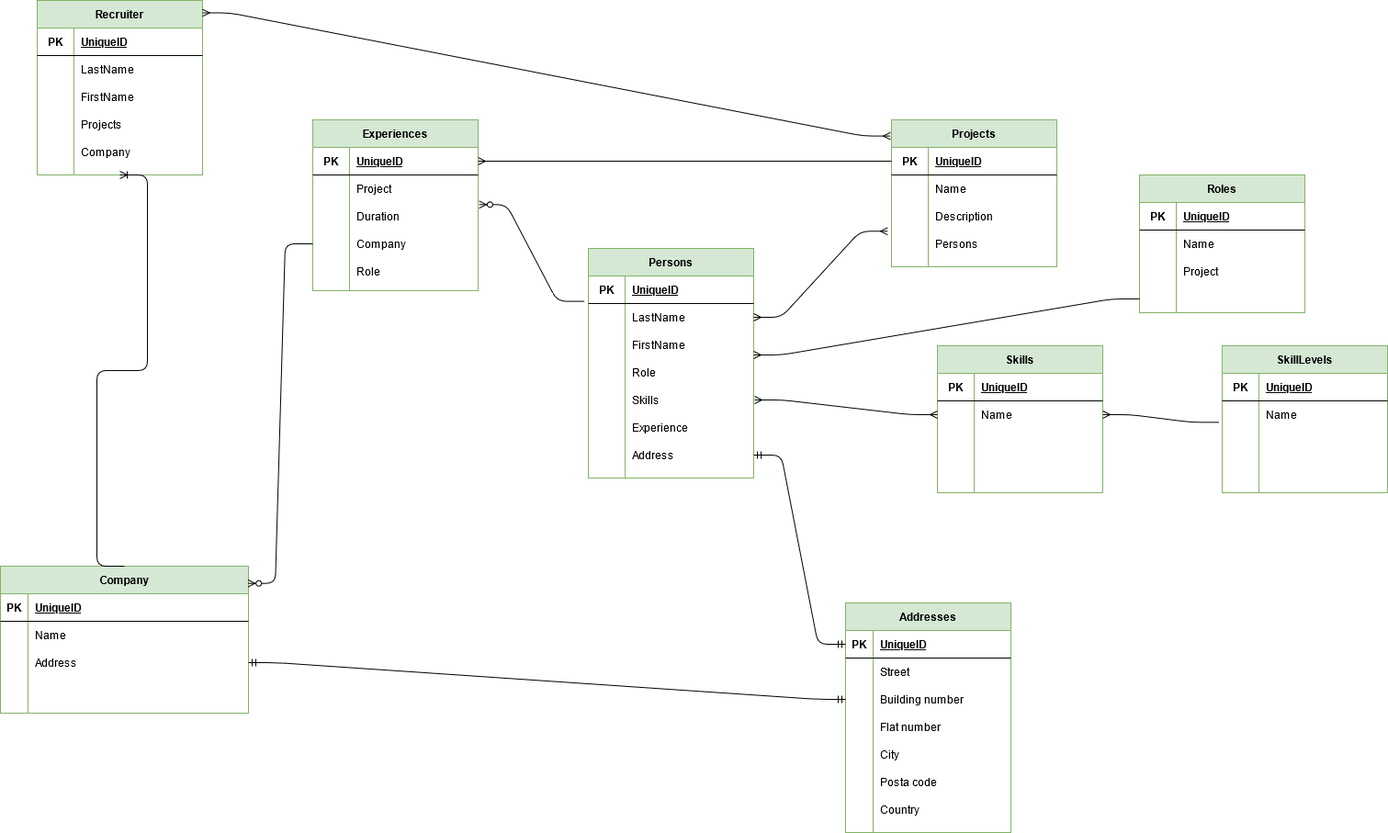
Earlier version of the draw.io export RecruitmentService - Diagram ERD.png (IT-Students-Web-Project/RecruitmentService). Source tidied: cells renumbered, new cells last; positions are measured from the earlier drawing's top-left corner, leaving out a move shared by most shapes.
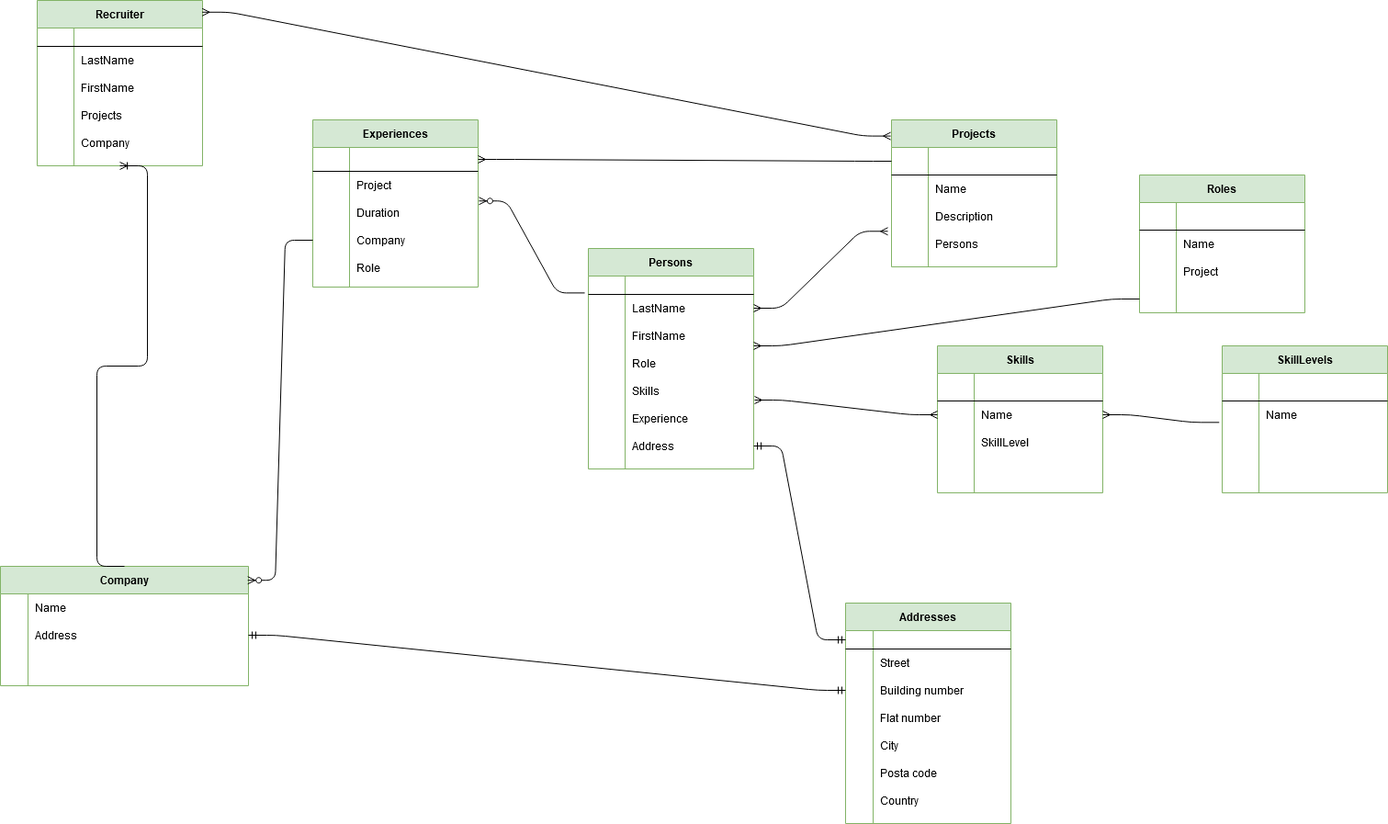
Above is the later version.

Commit message:
Poprawiony ERD

The edit, as a diff of the source:
```diff
@@ -5,15 +5,15 @@
     <mxCell id="2" value="Persons" style="shape=table;startSize=30;rowLines=0;fontStyle=1;align=center;fillColor=#d5e8d4;strokeColor=#82b366;" parent="1" vertex="1">
-      <mxGeometry x="640" y="270" width="180" height="250" as="geometry" />
+      <mxGeometry x="640" y="270" width="180" height="240" as="geometry" />
     </mxCell>
     <mxCell id="3" style="shape=partialRectangle;fillColor=none;top=0;left=0;bottom=1;right=0;points=[[0,0.5],[1,0.5]];portConstraint=eastwest;" parent="2" vertex="1">
-      <mxGeometry y="30" width="180" height="30" as="geometry" />
+      <mxGeometry y="30" width="180" height="20" as="geometry" />
     </mxCell>
-    <mxCell id="4" value="PK" style="shape=partialRectangle;fillColor=none;top=0;left=0;bottom=0;right=0;fontStyle=1;overflow=hidden;" parent="3" vertex="1">
-      <mxGeometry width="40" height="30" as="geometry" />
+    <mxCell id="4" style="shape=partialRectangle;fillColor=none;top=0;left=0;bottom=0;right=0;fontStyle=1;overflow=hidden;" parent="3" vertex="1">
+      <mxGeometry width="40" height="20" as="geometry" />
     </mxCell>
-    <mxCell id="5" value="UniqueID" style="shape=partialRectangle;fillColor=none;top=0;left=0;bottom=0;right=0;align=left;spacingLeft=6;fontStyle=5;overflow=hidden;" parent="3" vertex="1">
-      <mxGeometry x="40" width="140" height="30" as="geometry" />
+    <mxCell id="5" style="shape=partialRectangle;fillColor=none;top=0;left=0;bottom=0;right=0;align=left;spacingLeft=6;fontStyle=5;overflow=hidden;" parent="3" vertex="1">
+      <mxGeometry x="40" width="140" height="20" as="geometry" />
     </mxCell>
     <mxCell id="6" style="shape=partialRectangle;fillColor=none;top=0;left=0;bottom=0;right=0;points=[[0,0.5],[1,0.5]];portConstraint=eastwest;" parent="2" vertex="1">
-      <mxGeometry y="60" width="180" height="30" as="geometry" />
+      <mxGeometry y="50" width="180" height="30" as="geometry" />
     </mxCell>
@@ -26,3 +26,3 @@
     <mxCell id="9" style="shape=partialRectangle;fillColor=none;top=0;left=0;bottom=0;right=0;points=[[0,0.5],[1,0.5]];portConstraint=eastwest;" parent="2" vertex="1">
-      <mxGeometry y="90" width="180" height="30" as="geometry" />
+      <mxGeometry y="80" width="180" height="30" as="geometry" />
     </mxCell>
@@ -35,3 +35,3 @@
     <mxCell id="12" style="shape=partialRectangle;fillColor=none;top=0;left=0;bottom=0;right=0;" parent="2" vertex="1">
-      <mxGeometry y="120" width="180" height="30" as="geometry" />
+      <mxGeometry y="110" width="180" height="30" as="geometry" />
     </mxCell>
@@ -44,3 +44,3 @@
     <mxCell id="15" style="shape=partialRectangle;fillColor=none;top=0;left=0;bottom=0;right=0;" parent="2" vertex="1">
-      <mxGeometry y="150" width="180" height="30" as="geometry" />
+      <mxGeometry y="140" width="180" height="30" as="geometry" />
     </mxCell>
@@ -53,3 +53,3 @@
     <mxCell id="18" style="shape=partialRectangle;fillColor=none;top=0;left=0;bottom=0;right=0;" parent="2" vertex="1">
-      <mxGeometry y="180" width="180" height="30" as="geometry" />
+      <mxGeometry y="170" width="180" height="30" as="geometry" />
     </mxCell>
@@ -62,3 +62,3 @@
     <mxCell id="21" style="shape=partialRectangle;fillColor=none;top=0;left=0;bottom=0;right=0;points=[[0,0.5],[1,0.5]];portConstraint=eastwest;" parent="2" vertex="1">
-      <mxGeometry y="210" width="180" height="30" as="geometry" />
+      <mxGeometry y="200" width="180" height="30" as="geometry" />
     </mxCell>
@@ -76,6 +76,6 @@
     </mxCell>
-    <mxCell id="26" value="PK" style="shape=partialRectangle;fillColor=none;top=0;left=0;bottom=0;right=0;fontStyle=1;overflow=hidden;" parent="25" vertex="1">
+    <mxCell id="26" style="shape=partialRectangle;fillColor=none;top=0;left=0;bottom=0;right=0;fontStyle=1;overflow=hidden;" parent="25" vertex="1">
       <mxGeometry width="40" height="30" as="geometry" />
     </mxCell>
-    <mxCell id="27" value="UniqueID" style="shape=partialRectangle;fillColor=none;top=0;left=0;bottom=0;right=0;align=left;spacingLeft=6;fontStyle=5;overflow=hidden;" parent="25" vertex="1">
+    <mxCell id="27" style="shape=partialRectangle;fillColor=none;top=0;left=0;bottom=0;right=0;align=left;spacingLeft=6;fontStyle=5;overflow=hidden;" parent="25" vertex="1">
       <mxGeometry x="40" width="140" height="30" as="geometry" />
@@ -97,3 +97,3 @@
     </mxCell>
-    <mxCell id="33" style="shape=partialRectangle;fillColor=none;top=0;left=0;bottom=0;right=0;align=left;spacingLeft=6;overflow=hidden;" parent="31" vertex="1">
+    <mxCell id="33" value="SkillLevel" style="shape=partialRectangle;fillColor=none;top=0;left=0;bottom=0;right=0;align=left;spacingLeft=6;overflow=hidden;" parent="31" vertex="1">
       <mxGeometry x="40" width="140" height="30" as="geometry" />
@@ -115,6 +115,6 @@
     </mxCell>
-    <mxCell id="39" value="PK" style="shape=partialRectangle;fillColor=none;top=0;left=0;bottom=0;right=0;fontStyle=1;overflow=hidden;" parent="38" vertex="1">
+    <mxCell id="39" style="shape=partialRectangle;fillColor=none;top=0;left=0;bottom=0;right=0;fontStyle=1;overflow=hidden;" parent="38" vertex="1">
       <mxGeometry width="40" height="30" as="geometry" />
     </mxCell>
-    <mxCell id="40" value="UniqueID" style="shape=partialRectangle;fillColor=none;top=0;left=0;bottom=0;right=0;align=left;spacingLeft=6;fontStyle=5;overflow=hidden;" parent="38" vertex="1">
+    <mxCell id="40" style="shape=partialRectangle;fillColor=none;top=0;left=0;bottom=0;right=0;align=left;spacingLeft=6;fontStyle=5;overflow=hidden;" parent="38" vertex="1">
       <mxGeometry x="40" width="140" height="30" as="geometry" />
@@ -154,6 +154,6 @@
     </mxCell>
-    <mxCell id="52" value="PK" style="shape=partialRectangle;fillColor=none;top=0;left=0;bottom=0;right=0;fontStyle=1;overflow=hidden;" parent="51" vertex="1">
+    <mxCell id="52" style="shape=partialRectangle;fillColor=none;top=0;left=0;bottom=0;right=0;fontStyle=1;overflow=hidden;" parent="51" vertex="1">
       <mxGeometry width="40" height="30" as="geometry" />
     </mxCell>
-    <mxCell id="53" value="UniqueID" style="shape=partialRectangle;fillColor=none;top=0;left=0;bottom=0;right=0;align=left;spacingLeft=6;fontStyle=5;overflow=hidden;" parent="51" vertex="1">
+    <mxCell id="53" style="shape=partialRectangle;fillColor=none;top=0;left=0;bottom=0;right=0;align=left;spacingLeft=6;fontStyle=5;overflow=hidden;" parent="51" vertex="1">
       <mxGeometry x="40" width="140" height="30" as="geometry" />
@@ -188,15 +188,15 @@
     <mxCell id="63" value="Experiences" style="shape=table;startSize=30;rowLines=0;fontStyle=1;align=center;fillColor=#d5e8d4;strokeColor=#82b366;" parent="1" vertex="1">
-      <mxGeometry x="340" y="130" width="180" height="186" as="geometry" />
+      <mxGeometry x="340" y="130" width="180" height="182" as="geometry" />
     </mxCell>
     <mxCell id="64" style="shape=partialRectangle;fillColor=none;top=0;left=0;bottom=1;right=0;points=[[0,0.5],[1,0.5]];portConstraint=eastwest;" parent="63" vertex="1">
-      <mxGeometry y="30" width="180" height="30" as="geometry" />
+      <mxGeometry y="30" width="180" height="26" as="geometry" />
     </mxCell>
-    <mxCell id="65" value="PK" style="shape=partialRectangle;fillColor=none;top=0;left=0;bottom=0;right=0;fontStyle=1;overflow=hidden;" parent="64" vertex="1">
-      <mxGeometry width="40" height="30" as="geometry" />
+    <mxCell id="65" style="shape=partialRectangle;fillColor=none;top=0;left=0;bottom=0;right=0;fontStyle=1;overflow=hidden;" parent="64" vertex="1">
+      <mxGeometry width="40" height="26" as="geometry" />
     </mxCell>
-    <mxCell id="66" value="UniqueID" style="shape=partialRectangle;fillColor=none;top=0;left=0;bottom=0;right=0;align=left;spacingLeft=6;fontStyle=5;overflow=hidden;" parent="64" vertex="1">
-      <mxGeometry x="40" width="140" height="30" as="geometry" />
+    <mxCell id="66" style="shape=partialRectangle;fillColor=none;top=0;left=0;bottom=0;right=0;align=left;spacingLeft=6;fontStyle=5;overflow=hidden;" parent="64" vertex="1">
+      <mxGeometry x="40" width="140" height="26" as="geometry" />
     </mxCell>
     <mxCell id="67" style="shape=partialRectangle;fillColor=none;top=0;left=0;bottom=0;right=0;points=[[0,0.5],[1,0.5]];portConstraint=eastwest;" parent="63" vertex="1">
-      <mxGeometry y="60" width="180" height="30" as="geometry" />
+      <mxGeometry y="56" width="180" height="30" as="geometry" />
     </mxCell>
@@ -209,3 +209,3 @@
     <mxCell id="70" style="shape=partialRectangle;fillColor=none;top=0;left=0;bottom=0;right=0;" parent="63" vertex="1">
-      <mxGeometry y="90" width="180" height="30" as="geometry" />
+      <mxGeometry y="86" width="180" height="30" as="geometry" />
     </mxCell>
@@ -218,3 +218,3 @@
     <mxCell id="73" style="shape=partialRectangle;fillColor=none;top=0;left=0;bottom=0;right=0;points=[[0,0.5],[1,0.5]];portConstraint=eastwest;" parent="63" vertex="1">
-      <mxGeometry y="120" width="180" height="30" as="geometry" />
+      <mxGeometry y="116" width="180" height="30" as="geometry" />
     </mxCell>
@@ -227,3 +227,3 @@
     <mxCell id="76" style="shape=partialRectangle;fillColor=none;top=0;left=0;bottom=0;right=0;" parent="63" vertex="1">
-      <mxGeometry y="150" width="180" height="30" as="geometry" />
+      <mxGeometry y="146" width="180" height="30" as="geometry" />
     </mxCell>
@@ -239,15 +239,15 @@
     <mxCell id="80" value="Recruiter" style="shape=table;startSize=30;rowLines=0;fontStyle=1;align=center;fillColor=#d5e8d4;strokeColor=#82b366;" parent="1" vertex="1">
-      <mxGeometry x="40" width="180" height="190" as="geometry" />
+      <mxGeometry x="40" width="180" height="180" as="geometry" />
     </mxCell>
     <mxCell id="81" style="shape=partialRectangle;fillColor=none;top=0;left=0;bottom=1;right=0;" parent="80" vertex="1">
-      <mxGeometry y="30" width="180" height="30" as="geometry" />
+      <mxGeometry y="30" width="180" height="20" as="geometry" />
     </mxCell>
-    <mxCell id="82" value="PK" style="shape=partialRectangle;fillColor=none;top=0;left=0;bottom=0;right=0;fontStyle=1;overflow=hidden;" parent="81" vertex="1">
-      <mxGeometry width="40" height="30" as="geometry" />
+    <mxCell id="82" style="shape=partialRectangle;fillColor=none;top=0;left=0;bottom=0;right=0;fontStyle=1;overflow=hidden;" parent="81" vertex="1">
+      <mxGeometry width="40" height="20" as="geometry" />
     </mxCell>
-    <mxCell id="83" value="UniqueID" style="shape=partialRectangle;fillColor=none;top=0;left=0;bottom=0;right=0;align=left;spacingLeft=6;fontStyle=5;overflow=hidden;" parent="81" vertex="1">
-      <mxGeometry x="40" width="140" height="30" as="geometry" />
+    <mxCell id="83" style="shape=partialRectangle;fillColor=none;top=0;left=0;bottom=0;right=0;align=left;spacingLeft=6;fontStyle=5;overflow=hidden;" parent="81" vertex="1">
+      <mxGeometry x="40" width="140" height="20" as="geometry" />
     </mxCell>
     <mxCell id="84" style="shape=partialRectangle;fillColor=none;top=0;left=0;bottom=0;right=0;" parent="80" vertex="1">
-      <mxGeometry y="60" width="180" height="30" as="geometry" />
+      <mxGeometry y="50" width="180" height="30" as="geometry" />
     </mxCell>
@@ -260,3 +260,3 @@
     <mxCell id="87" style="shape=partialRectangle;fillColor=none;top=0;left=0;bottom=0;right=0;" parent="80" vertex="1">
-      <mxGeometry y="90" width="180" height="30" as="geometry" />
+      <mxGeometry y="80" width="180" height="30" as="geometry" />
     </mxCell>
@@ -269,3 +269,3 @@
     <mxCell id="90" style="shape=partialRectangle;fillColor=none;top=0;left=0;bottom=0;right=0;" parent="80" vertex="1">
-      <mxGeometry y="120" width="180" height="30" as="geometry" />
+      <mxGeometry y="110" width="180" height="30" as="geometry" />
     </mxCell>
@@ -278,3 +278,3 @@
     <mxCell id="93" style="shape=partialRectangle;fillColor=none;top=0;left=0;bottom=0;right=0;" parent="80" vertex="1">
-      <mxGeometry y="150" width="180" height="30" as="geometry" />
+      <mxGeometry y="140" width="180" height="30" as="geometry" />
     </mxCell>
@@ -290,15 +290,15 @@
     <mxCell id="97" value="Addresses" style="shape=table;startSize=30;rowLines=0;fontStyle=1;align=center;fillColor=#d5e8d4;strokeColor=#82b366;" parent="1" vertex="1">
-      <mxGeometry x="920" y="656" width="180" height="250" as="geometry" />
+      <mxGeometry x="920" y="656" width="180" height="240" as="geometry" />
     </mxCell>
     <mxCell id="98" style="shape=partialRectangle;fillColor=none;top=0;left=0;bottom=1;right=0;points=[[0,0.5],[1,0.5]];portConstraint=eastwest;" parent="97" vertex="1">
-      <mxGeometry y="30" width="180" height="30" as="geometry" />
+      <mxGeometry y="30" width="180" height="20" as="geometry" />
     </mxCell>
-    <mxCell id="99" value="PK" style="shape=partialRectangle;fillColor=none;top=0;left=0;bottom=0;right=0;fontStyle=1;overflow=hidden;" parent="98" vertex="1">
-      <mxGeometry width="30" height="30" as="geometry" />
+    <mxCell id="99" style="shape=partialRectangle;fillColor=none;top=0;left=0;bottom=0;right=0;fontStyle=1;overflow=hidden;" parent="98" vertex="1">
+      <mxGeometry width="30" height="20" as="geometry" />
     </mxCell>
-    <mxCell id="100" value="UniqueID" style="shape=partialRectangle;fillColor=none;top=0;left=0;bottom=0;right=0;align=left;spacingLeft=6;fontStyle=5;overflow=hidden;" parent="98" vertex="1">
-      <mxGeometry x="30" width="150" height="30" as="geometry" />
+    <mxCell id="100" style="shape=partialRectangle;fillColor=none;top=0;left=0;bottom=0;right=0;align=left;spacingLeft=6;fontStyle=5;overflow=hidden;" parent="98" vertex="1">
+      <mxGeometry x="30" width="150" height="20" as="geometry" />
     </mxCell>
     <mxCell id="101" style="shape=partialRectangle;fillColor=none;top=0;left=0;bottom=0;right=0;" parent="97" vertex="1">
-      <mxGeometry y="60" width="180" height="30" as="geometry" />
+      <mxGeometry y="50" width="180" height="30" as="geometry" />
     </mxCell>
@@ -311,3 +311,3 @@
     <mxCell id="104" style="shape=partialRectangle;fillColor=none;top=0;left=0;bottom=0;right=0;points=[[0,0.5],[1,0.5]];portConstraint=eastwest;" parent="97" vertex="1">
-      <mxGeometry y="90" width="180" height="30" as="geometry" />
+      <mxGeometry y="80" width="180" height="30" as="geometry" />
     </mxCell>
@@ -320,3 +320,3 @@
     <mxCell id="107" style="shape=partialRectangle;fillColor=none;top=0;left=0;bottom=0;right=0;" parent="97" vertex="1">
-      <mxGeometry y="120" width="180" height="30" as="geometry" />
+      <mxGeometry y="110" width="180" height="30" as="geometry" />
     </mxCell>
@@ -329,3 +329,3 @@
     <mxCell id="110" style="shape=partialRectangle;fillColor=none;top=0;left=0;bottom=0;right=0;" parent="97" vertex="1">
-      <mxGeometry y="150" width="180" height="30" as="geometry" />
+      <mxGeometry y="140" width="180" height="30" as="geometry" />
     </mxCell>
@@ -338,3 +338,3 @@
     <mxCell id="113" style="shape=partialRectangle;fillColor=none;top=0;left=0;bottom=0;right=0;" parent="97" vertex="1">
-      <mxGeometry y="180" width="180" height="30" as="geometry" />
+      <mxGeometry y="170" width="180" height="30" as="geometry" />
     </mxCell>
@@ -347,3 +347,3 @@
     <mxCell id="116" style="shape=partialRectangle;fillColor=none;top=0;left=0;bottom=0;right=0;" parent="97" vertex="1">
-      <mxGeometry y="210" width="180" height="30" as="geometry" />
+      <mxGeometry y="200" width="180" height="30" as="geometry" />
     </mxCell>
@@ -356,15 +356,6 @@
     <mxCell id="119" value="Company" style="shape=table;startSize=30;rowLines=0;fontStyle=1;align=center;fillColor=#d5e8d4;strokeColor=#82b366;" parent="1" vertex="1">
-      <mxGeometry y="616" width="270" height="160" as="geometry" />
+      <mxGeometry y="616" width="270" height="130" as="geometry" />
     </mxCell>
-    <mxCell id="120" style="shape=partialRectangle;fillColor=none;top=0;left=0;bottom=1;right=0;" parent="119" vertex="1">
-      <mxGeometry y="30" width="270" height="30" as="geometry" />
-    </mxCell>
-    <mxCell id="121" value="PK" style="shape=partialRectangle;fillColor=none;top=0;left=0;bottom=0;right=0;fontStyle=1;overflow=hidden;" parent="120" vertex="1">
-      <mxGeometry width="30" height="30" as="geometry" />
-    </mxCell>
-    <mxCell id="122" value="UniqueID" style="shape=partialRectangle;fillColor=none;top=0;left=0;bottom=0;right=0;align=left;spacingLeft=6;fontStyle=5;overflow=hidden;" parent="120" vertex="1">
-      <mxGeometry x="30" width="240" height="30" as="geometry" />
-    </mxCell>
     <mxCell id="123" style="shape=partialRectangle;fillColor=none;top=0;left=0;bottom=0;right=0;" parent="119" vertex="1">
-      <mxGeometry y="60" width="270" height="30" as="geometry" />
+      <mxGeometry y="30" width="270" height="30" as="geometry" />
     </mxCell>
@@ -377,3 +368,3 @@
     <mxCell id="126" style="shape=partialRectangle;fillColor=none;top=0;left=0;bottom=0;right=0;points=[[0,0.5],[1,0.5]];portConstraint=eastwest;" parent="119" vertex="1">
-      <mxGeometry y="90" width="270" height="30" as="geometry" />
+      <mxGeometry y="60" width="270" height="30" as="geometry" />
     </mxCell>
@@ -386,3 +377,3 @@
     <mxCell id="129" style="shape=partialRectangle;fillColor=none;top=0;left=0;bottom=0;right=0;" parent="119" vertex="1">
-      <mxGeometry y="120" width="270" height="30" as="geometry" />
+      <mxGeometry y="90" width="270" height="30" as="geometry" />
     </mxCell>
@@ -417,6 +408,6 @@
     </mxCell>
-    <mxCell id="139" value="PK" style="shape=partialRectangle;fillColor=none;top=0;left=0;bottom=0;right=0;fontStyle=1;overflow=hidden;" parent="138" vertex="1">
+    <mxCell id="139" style="shape=partialRectangle;fillColor=none;top=0;left=0;bottom=0;right=0;fontStyle=1;overflow=hidden;" parent="138" vertex="1">
       <mxGeometry width="40" height="30" as="geometry" />
     </mxCell>
-    <mxCell id="140" value="UniqueID" style="shape=partialRectangle;fillColor=none;top=0;left=0;bottom=0;right=0;align=left;spacingLeft=6;fontStyle=5;overflow=hidden;" parent="138" vertex="1">
+    <mxCell id="140" style="shape=partialRectangle;fillColor=none;top=0;left=0;bottom=0;right=0;align=left;spacingLeft=6;fontStyle=5;overflow=hidden;" parent="138" vertex="1">
       <mxGeometry x="40" width="140" height="30" as="geometry" />
```
